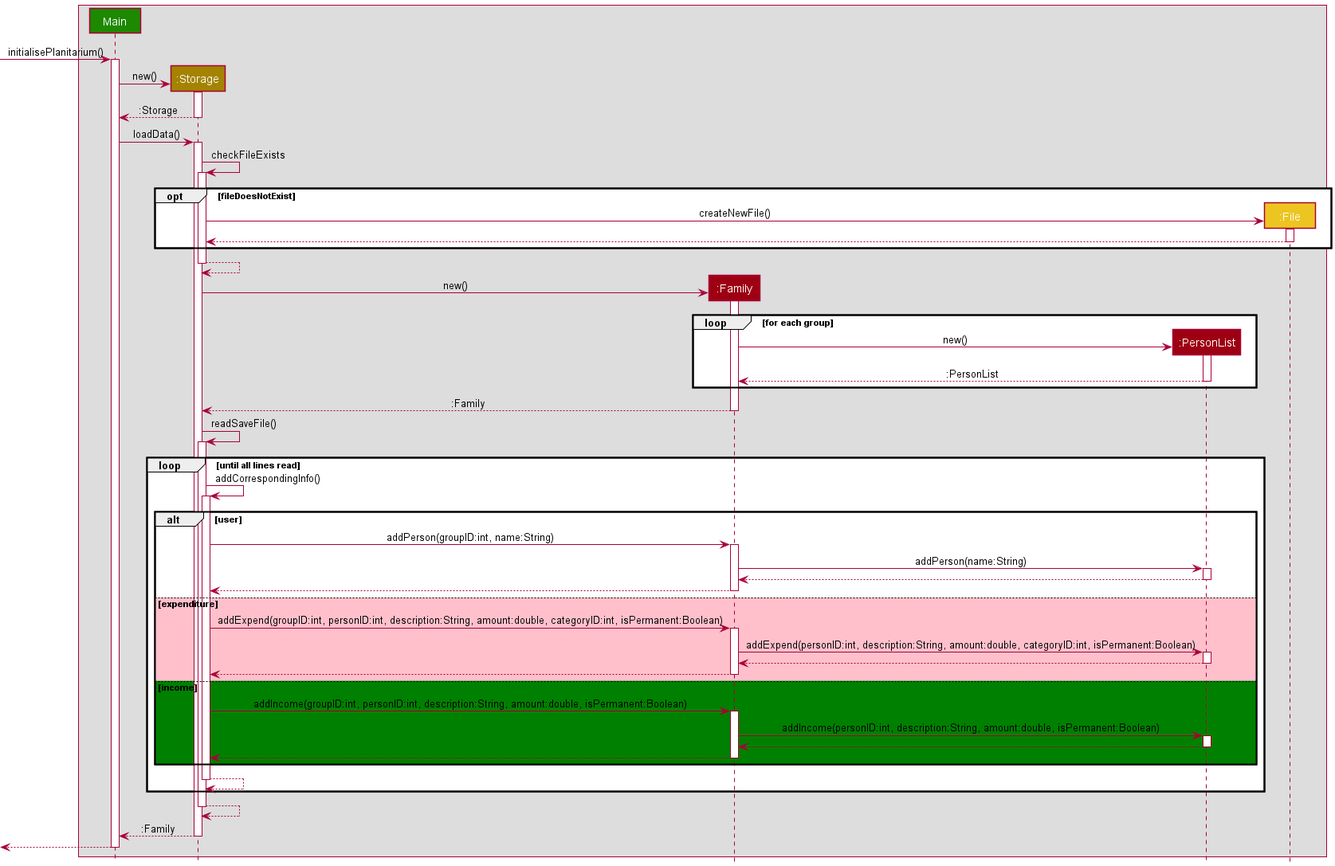
This is docs/images/StorageLoadSequence.png from nus-cs2113-AY2122S2/tp, a PlantUML export, as it was before one commit.
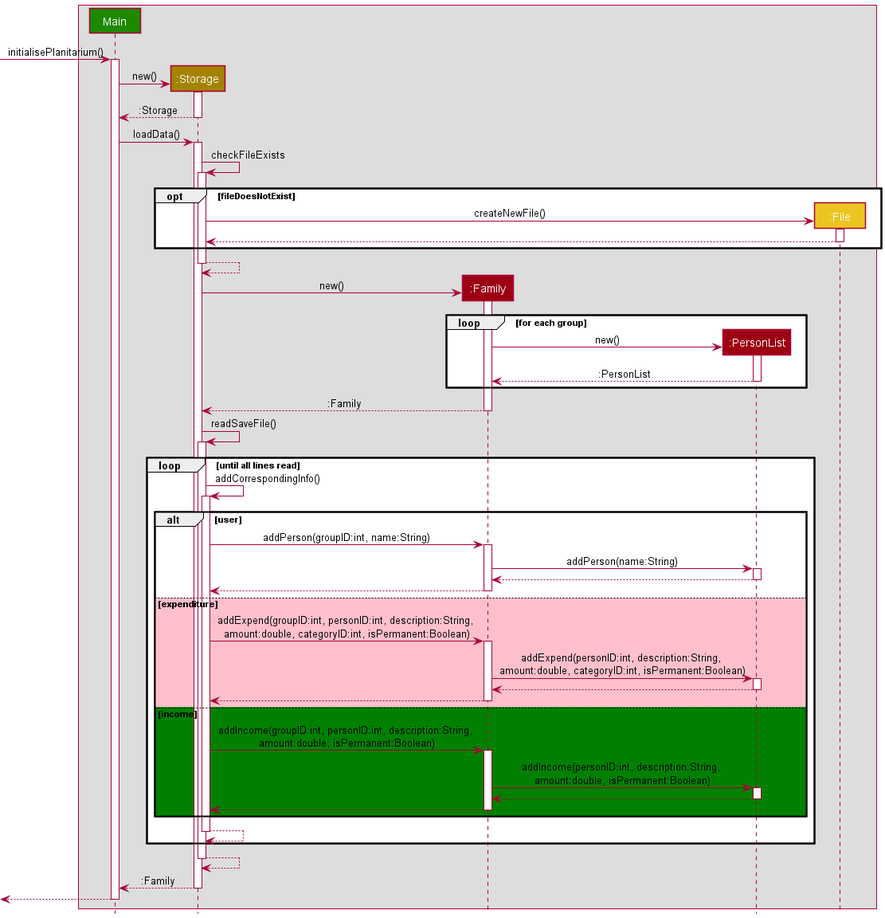
Above is the later version.

Commit message:
Shrink Storage load sequence diagram

Change to the diagram source:
```diff
@@ -56,18 +56,18 @@
             Family --> Storage
             deactivate Family
         else #PINK expenditure
-            Storage -> Family : addExpend(groupID:int, personID:int, description:String, amount:double, categoryID:int, isPermanent:Boolean)
+            Storage -> Family : addExpend(groupID:int, personID:int, description:String, \namount:double, categoryID:int, isPermanent:Boolean)
             activate Family
-            Family -> PersonList : addExpend(personID:int, description:String, amount:double, categoryID:int, isPermanent:Boolean)
+            Family -> PersonList : addExpend(personID:int, description:String, \namount:double, categoryID:int, isPermanent:Boolean)
             activate PersonList
             PersonList --> Family
             deactivate PersonList
             Family --> Storage
             deactivate Family
         else #GREEN income
-            Storage -> Family : addIncome(groupID:int, personID:int, description:String, amount:double, isPermanent:Boolean)
+            Storage -> Family : addIncome(groupID:int, personID:int, description:String, \namount:double, isPermanent:Boolean)
             activate Family
-            Family -> PersonList : addIncome(personID:int, description:String, amount:double, isPermanent:Boolean)
+            Family -> PersonList : addIncome(personID:int, description:String, \namount:double, isPermanent:Boolean)
             activate PersonList
             PersonList --> Family
             deactivate PersonList
```
